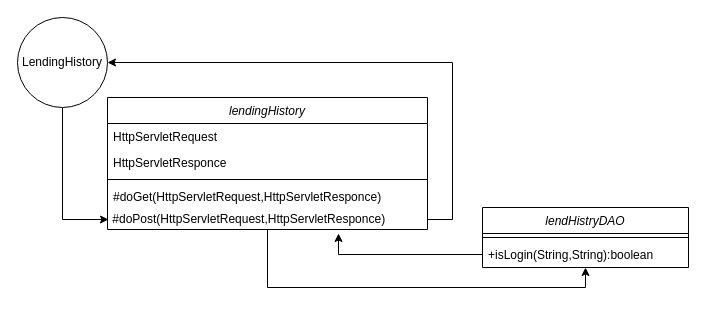
2022java42-student004/Library keeps this draw.io diagram as page "LendingHistory" (2 of 4) of path/内部設計/クラス図.drawio. Above is the earlier version. Source tidied: cells renumbered, new cells numbered last; positions are measured from the earlier drawing's top-left corner, leaving out a move shared by most shapes. Both pictures are drawn from the tidied source at 100%, with x=0, y=0 at pixel (17, 17).
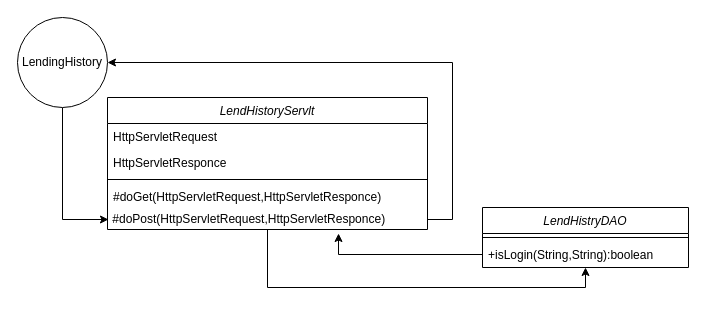
After the change.

The edit, as a diff of the source:
```diff
@@
 <mxGraphModel>
   <root>
     <mxCell id="0" />
     <mxCell id="1" parent="0" />
     <mxCell id="2" style="edgeStyle=orthogonalEdgeStyle;rounded=0;jettySize=auto;html=1;exitX=0.5;exitY=1;exitDx=0;exitDy=0;entryX=0.003;entryY=0.5;entryDx=0;entryDy=0;entryPerimeter=0;" parent="1" edge="1" source="3" target="9">
       <mxGeometry relative="1" as="geometry" />
     </mxCell>
     <mxCell id="3" value="LendingHistory" style="ellipse;whiteSpace=wrap;html=1;verticalAlign=middle;" parent="1" vertex="1">
       <mxGeometry width="90" height="90" as="geometry" />
     </mxCell>
-    <mxCell id="4" value="lendingHistory" style="swimlane;fontStyle=2;align=center;verticalAlign=top;horizontal=1;startSize=26;rounded=0;shadow=0;strokeWidth=1;" parent="1" vertex="1">
+    <mxCell id="4" value="LendHistoryServlt" style="swimlane;fontStyle=2;align=center;verticalAlign=top;horizontal=1;startSize=26;rounded=0;shadow=0;strokeWidth=1;" parent="1" vertex="1">
       <mxGeometry x="90" y="80" width="320" height="132" as="geometry" />
     </mxCell>
     <mxCell id="5" value="HttpServletRequest" style="text;align=left;verticalAlign=top;spacingLeft=4;spacingRight=4;overflow=hidden;" parent="4" vertex="1">
       <mxGeometry y="26" width="320" height="26" as="geometry" />
     </mxCell>
     <mxCell id="6" value="HttpServletResponce" style="text;align=left;verticalAlign=top;spacingLeft=4;spacingRight=4;overflow=hidden;rounded=0;shadow=0;html=0;" parent="4" vertex="1">
       <mxGeometry y="52" width="320" height="26" as="geometry" />
     </mxCell>
     <mxCell id="7" style="line;html=1;strokeWidth=1;align=left;verticalAlign=middle;spacingTop=-1;spacingLeft=3;spacingRight=3;labelPosition=right;" parent="4" vertex="1">
       <mxGeometry y="78" width="320" height="8" as="geometry" />
     </mxCell>
     <mxCell id="8" value="#doGet(HttpServletRequest,HttpServletResponce)" style="text;align=left;verticalAlign=top;spacingLeft=4;spacingRight=4;overflow=hidden;" parent="4" vertex="1">
       <mxGeometry y="86" width="320" height="26" as="geometry" />
     </mxCell>
     <mxCell id="9" value="&amp;nbsp;#doPost(HttpServletRequest,HttpServletResponce)" style="text;html=1;align=left;verticalAlign=middle;points=[];strokeColor=none;fillColor=none;" parent="4" vertex="1">
       <mxGeometry y="112" width="320" height="20" as="geometry" />
     </mxCell>
-    <mxCell id="10" value="lendHistryDAO" style="swimlane;fontStyle=2;align=center;verticalAlign=top;horizontal=1;startSize=26;rounded=0;shadow=0;strokeWidth=1;" parent="1" vertex="1">
+    <mxCell id="10" value="LendHistryDAO" style="swimlane;fontStyle=2;align=center;verticalAlign=top;horizontal=1;startSize=26;rounded=0;shadow=0;strokeWidth=1;" parent="1" vertex="1">
       <mxGeometry x="465" y="190" width="206" height="60" as="geometry" />
     </mxCell>
     <mxCell id="11" style="line;html=1;strokeWidth=1;align=left;verticalAlign=middle;spacingTop=-1;spacingLeft=3;spacingRight=3;labelPosition=right;" parent="10" vertex="1">
       <mxGeometry y="26" width="206" height="8" as="geometry" />
     </mxCell>
     <mxCell id="12" value="+isLogin(String,String):boolean" style="text;align=left;verticalAlign=top;spacingLeft=4;spacingRight=4;overflow=hidden;points=[[0,0.5],[1,0.5]];portConstraint=eastwest;" parent="10" vertex="1">
       <mxGeometry y="34" width="206" height="26" as="geometry" />
     </mxCell>
     <mxCell id="13" style="edgeStyle=orthogonalEdgeStyle;rounded=0;jettySize=auto;html=1;entryX=0.5;entryY=1;entryDx=0;entryDy=0;" parent="1" edge="1" source="9" target="10">
       <mxGeometry relative="1" as="geometry">
         <Array as="points">
           <mxPoint x="250" y="270" />
           <mxPoint x="568" y="270" />
         </Array>
       </mxGeometry>
     </mxCell>
     <mxCell id="14" style="edgeStyle=orthogonalEdgeStyle;rounded=0;jettySize=auto;html=1;entryX=0.722;entryY=1.2;entryDx=0;entryDy=0;entryPerimeter=0;" parent="1" edge="1" source="12" target="9">
       <mxGeometry relative="1" as="geometry" />
     </mxCell>
     <mxCell id="15" style="edgeStyle=orthogonalEdgeStyle;rounded=0;jettySize=auto;html=1;entryX=1;entryY=0.5;entryDx=0;entryDy=0;" parent="1" edge="1" source="9" target="3">
       <mxGeometry relative="1" as="geometry">
         <Array as="points">
           <mxPoint x="435" y="202" />
           <mxPoint x="435" y="45" />
         </Array>
       </mxGeometry>
     </mxCell>
   </root>
 </mxGraphModel>
```
